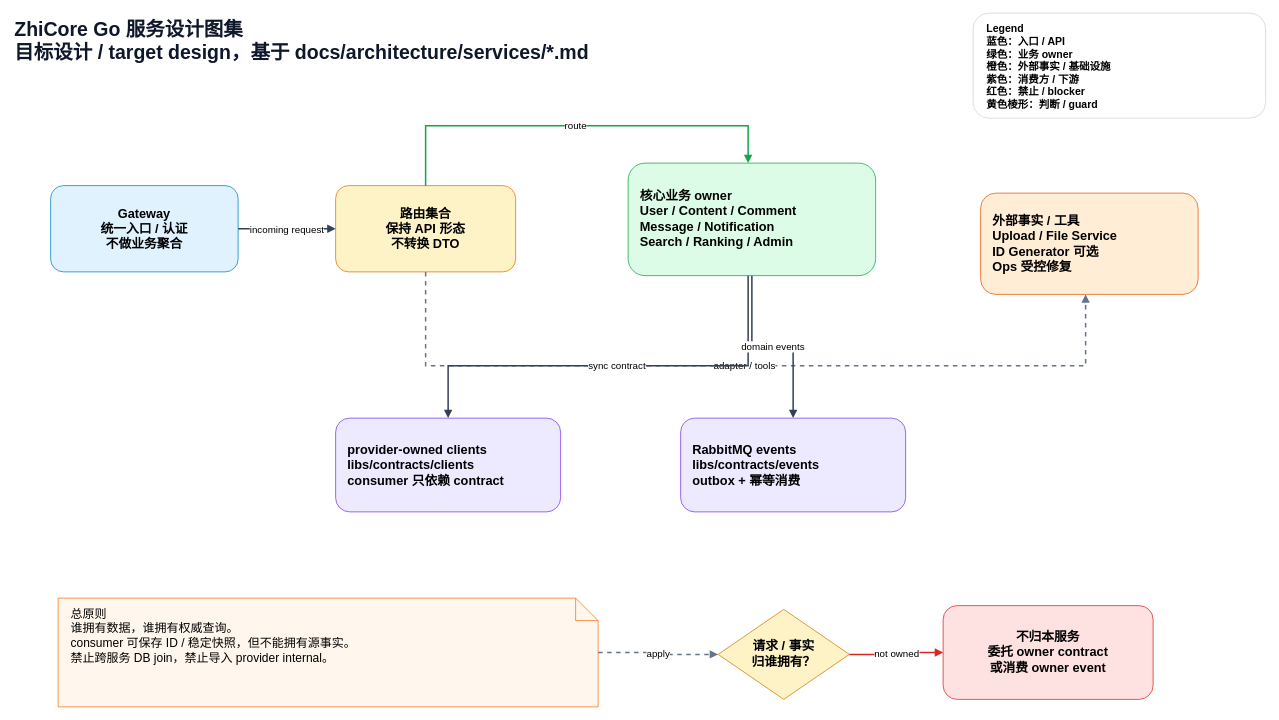
Before: page "Overview" (1 of 13) of docs/architecture/services/_overview/service-design.drawio in architectcgz/zhicore-go, a draw.io diagram. Source tidied: cells renumbered, new cells numbered last; positions are measured from the earlier drawing's top-left corner, leaving out a move shared by most shapes. Both pictures are drawn from the tidied source at 75%, with x=0, y=0 at pixel (13, 13).
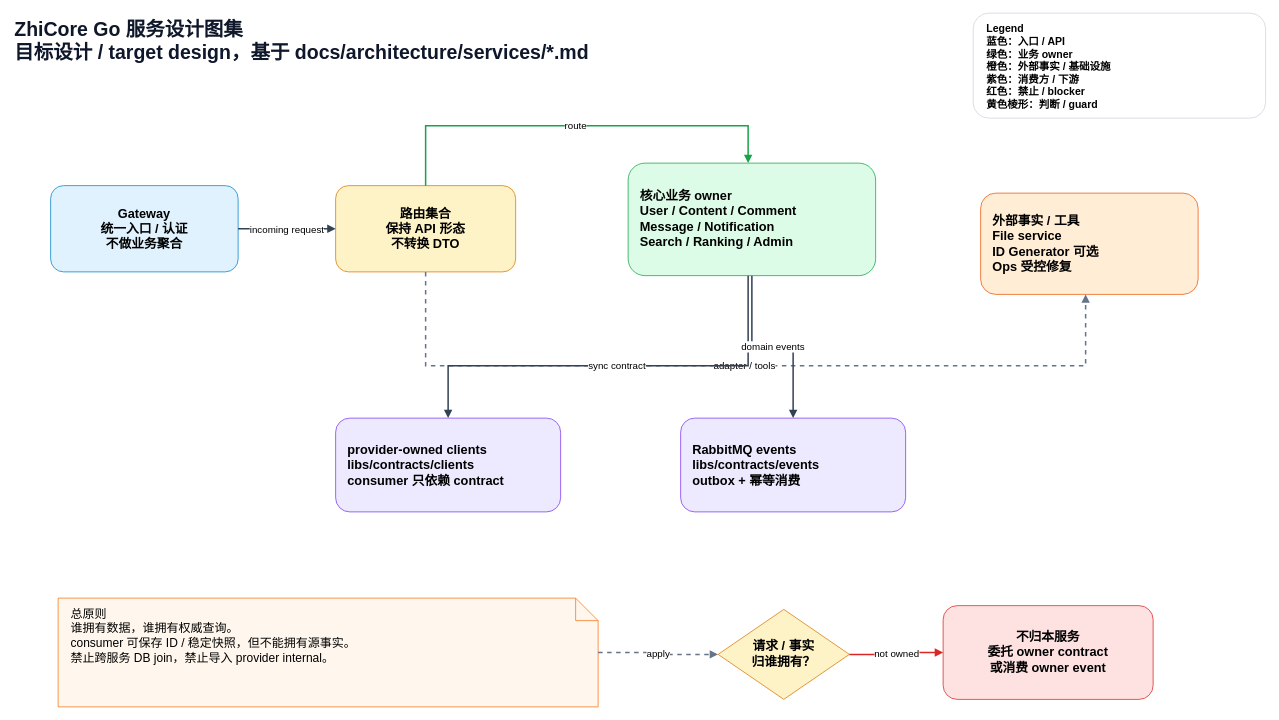
Above is the later version.

What changed in the source:
```diff
@@
-    <mxCell id="7" value="外部事实 / 工具&#10;Upload / File Service&#10;ID Generator 可选&#10;Ops 受控修复" style="rounded=1;whiteSpace=wrap;html=1;fillColor=#ffedd5;strokeColor=#ea580c;fontSize=17;fontStyle=1;align=left;verticalAlign=middle;spacing=6;spacingLeft=10;" parent="1" vertex="1">
+    <mxCell id="7" value="外部事实 / 工具&#10;File service&#10;ID Generator 可选&#10;Ops 受控修复" style="rounded=1;whiteSpace=wrap;html=1;fillColor=#ffedd5;strokeColor=#ea580c;fontSize=17;fontStyle=1;align=left;verticalAlign=middle;spacing=6;spacingLeft=10;" parent="1" vertex="1">
       <mxGeometry x="1290" y="240" width="290" height="135" as="geometry" />
     </mxCell>
```
